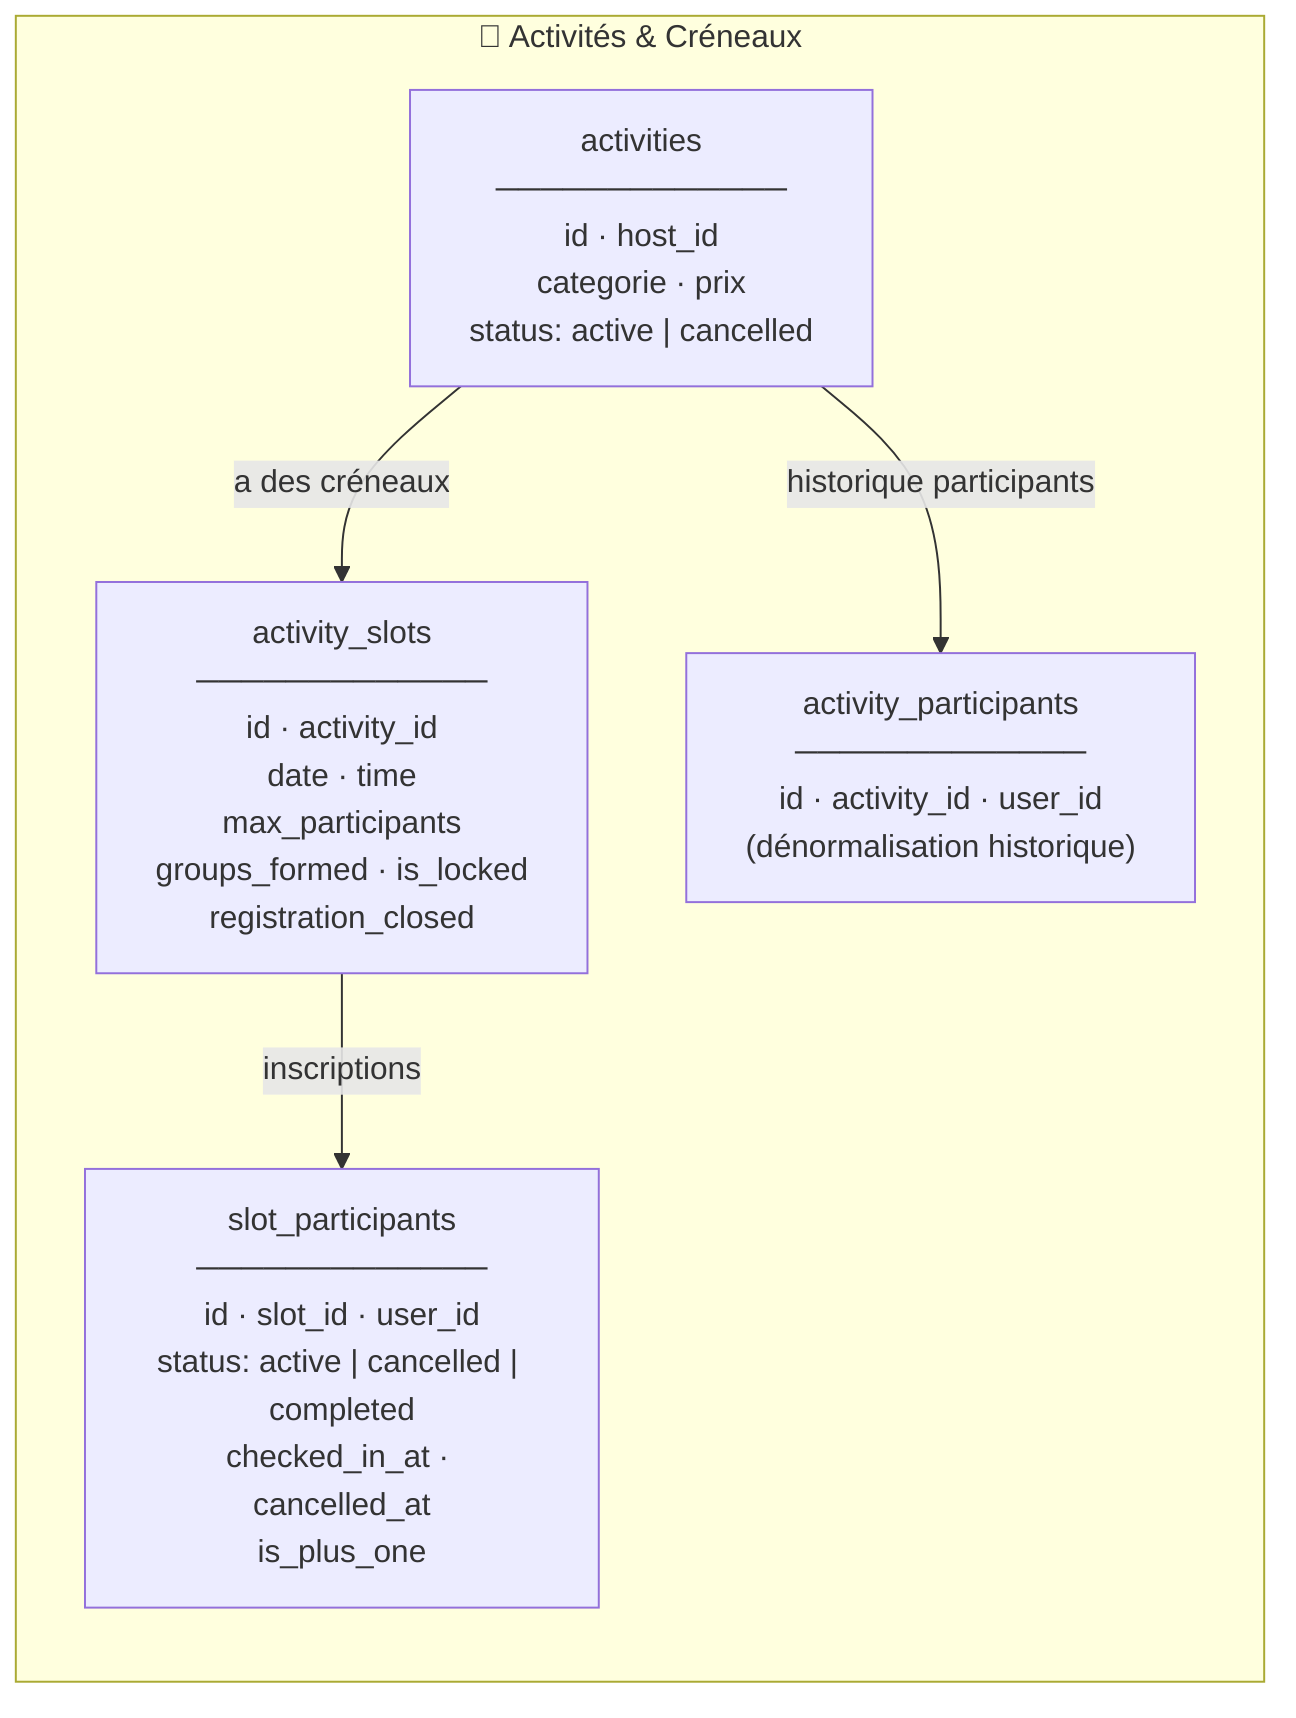
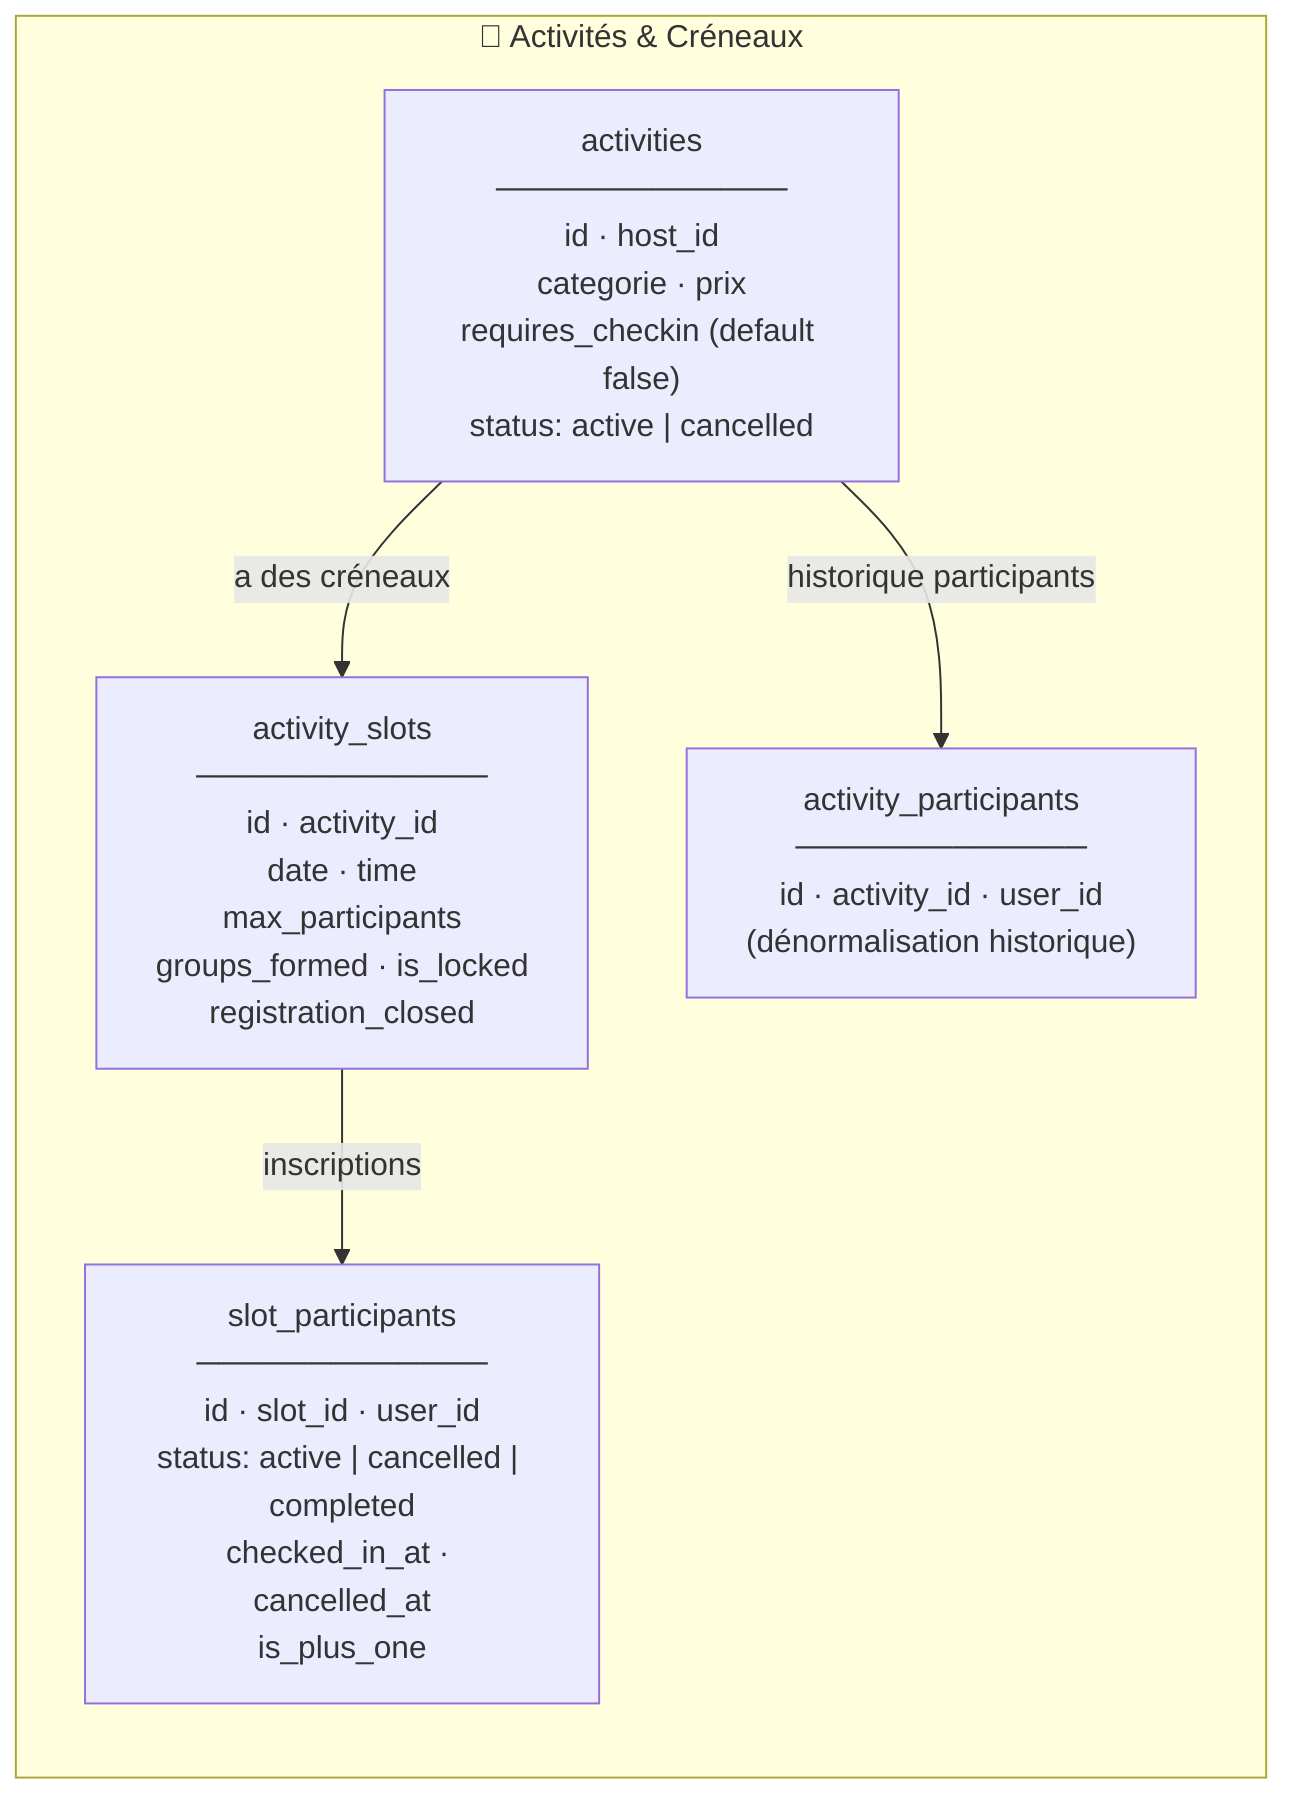
flowchart TD

  subgraph ACT["📅 Activités & Créneaux"]
    direction TB
-     A["activities\n─────────────\nid · host_id\ncategorie · prix\nstatus: active | cancelled"]
+     A["activities\n─────────────\nid · host_id\ncategorie · prix\nrequires_checkin (default false)\nstatus: active | cancelled"]
    AS["activity_slots\n─────────────\nid · activity_id\ndate · time\nmax_participants\ngroups_formed · is_locked\nregistration_closed"]
    SP["slot_participants\n─────────────\nid · slot_id · user_id\nstatus: active | cancelled | completed\nchecked_in_at · cancelled_at\nis_plus_one"]
    AP["activity_participants\n─────────────\nid · activity_id · user_id\n(dénormalisation historique)"]
  end

  A -->|"a des créneaux"| AS
  A -->|"historique participants"| AP
  AS -->|"inscriptions"| SP
